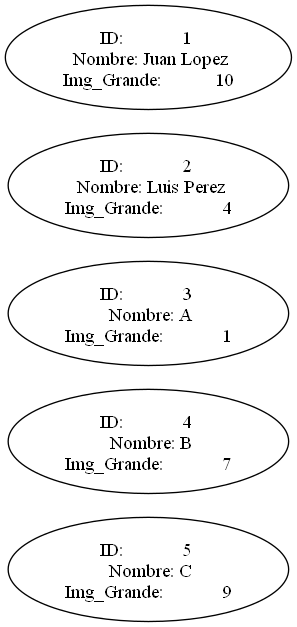
Above: TopImgGrande.png in helenrodas/fase1ProyectoEdd (Graphviz), before the change. Its source is kept beside it as TopImgGrande.dot.
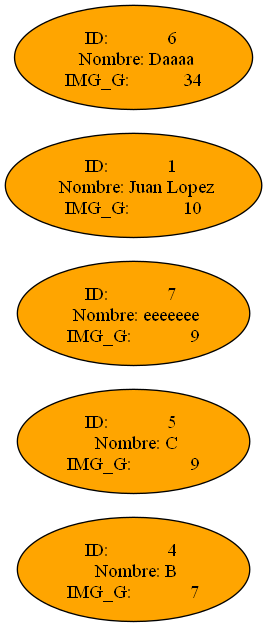
Later version of the same file.

Diff of the diagram source:
```diff
@@ -1,11 +1,12 @@
  digraph G {
    node [shape=ellipse];
    rankdir=LR
- "nodo    0"[label="ID:            5 \n Nombre: C\n Img_Grande:            9 ", fillcolor=white];
- "nodo    1"[label="ID:            4 \n Nombre: B\n Img_Grande:            7 ", fillcolor=white];
- "nodo    2"[label="ID:            3 \n Nombre: A\n Img_Grande:            1 ", fillcolor=white];
- "nodo    3"[label="ID:            2 \n Nombre: Luis Perez\n Img_Grande:            4 ", fillcolor=white];
- "nodo    4"[label="ID:            1 \n Nombre: Juan Lopez\n Img_Grande:           10 ", fillcolor=white];
+   graph [ bgcolor=white];
+ "nodo    0"[label="ID:            4 \n Nombre: B\n IMG_G:            7 ", fillcolor=orange, style=filled];
+ "nodo    1"[label="ID:            5 \n Nombre: C\n IMG_G:            9 ", fillcolor=orange, style=filled];
+ "nodo    2"[label="ID:            7 \n Nombre: eeeeeee\n IMG_G:            9 ", fillcolor=orange, style=filled];
+ "nodo    3"[label="ID:            1 \n Nombre: Juan Lopez\n IMG_G:           10 ", fillcolor=orange, style=filled];
+ "nodo    4"[label="ID:            6 \n Nombre: Daaaa\n IMG_G:           34 ", fillcolor=orange, style=filled];
 
  rankdir = LR
  }
```
